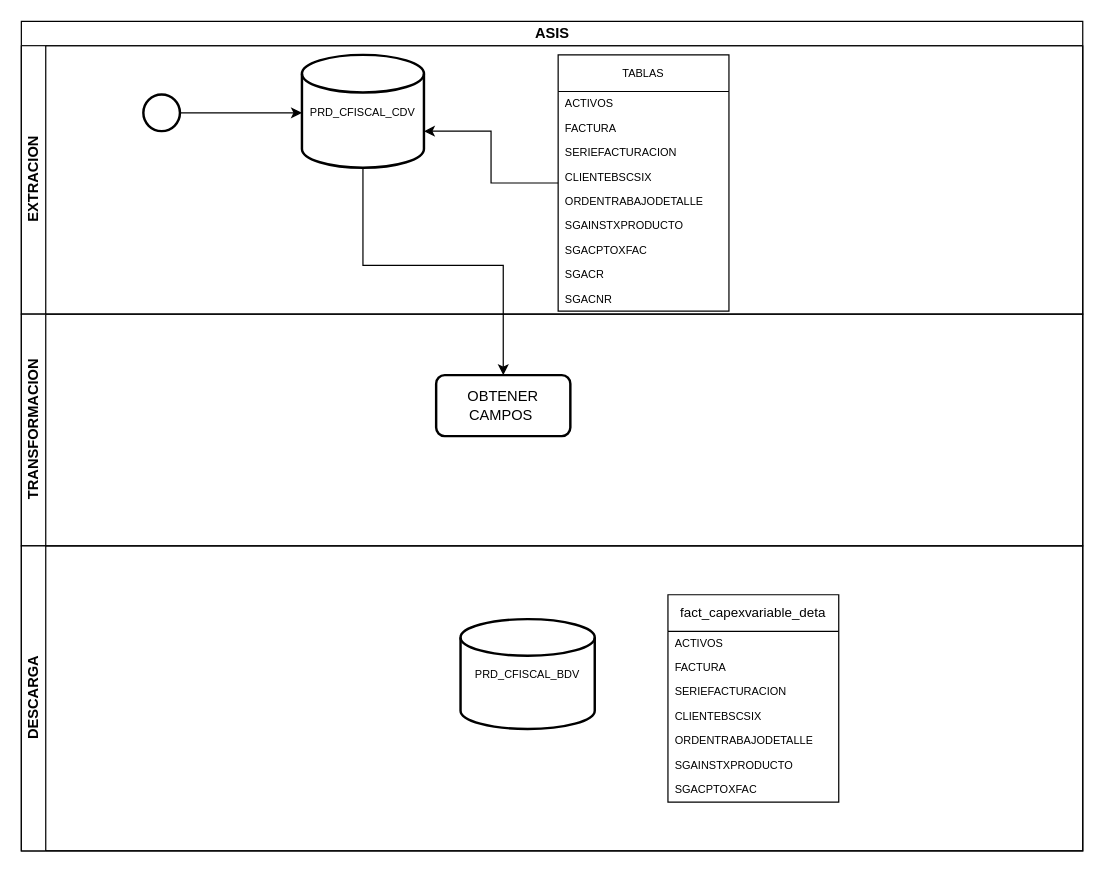
carlsromec/procesos-diagramas keeps this draw.io diagram as diagrama factura SGA.drawio. Above is the earlier version. Source tidied: cells renumbered, new cells numbered last; positions are measured from the earlier drawing's top-left corner, leaving out a move shared by most shapes. Both pictures are drawn from the tidied source at 122%, with x=0, y=0 at pixel (21, 21).
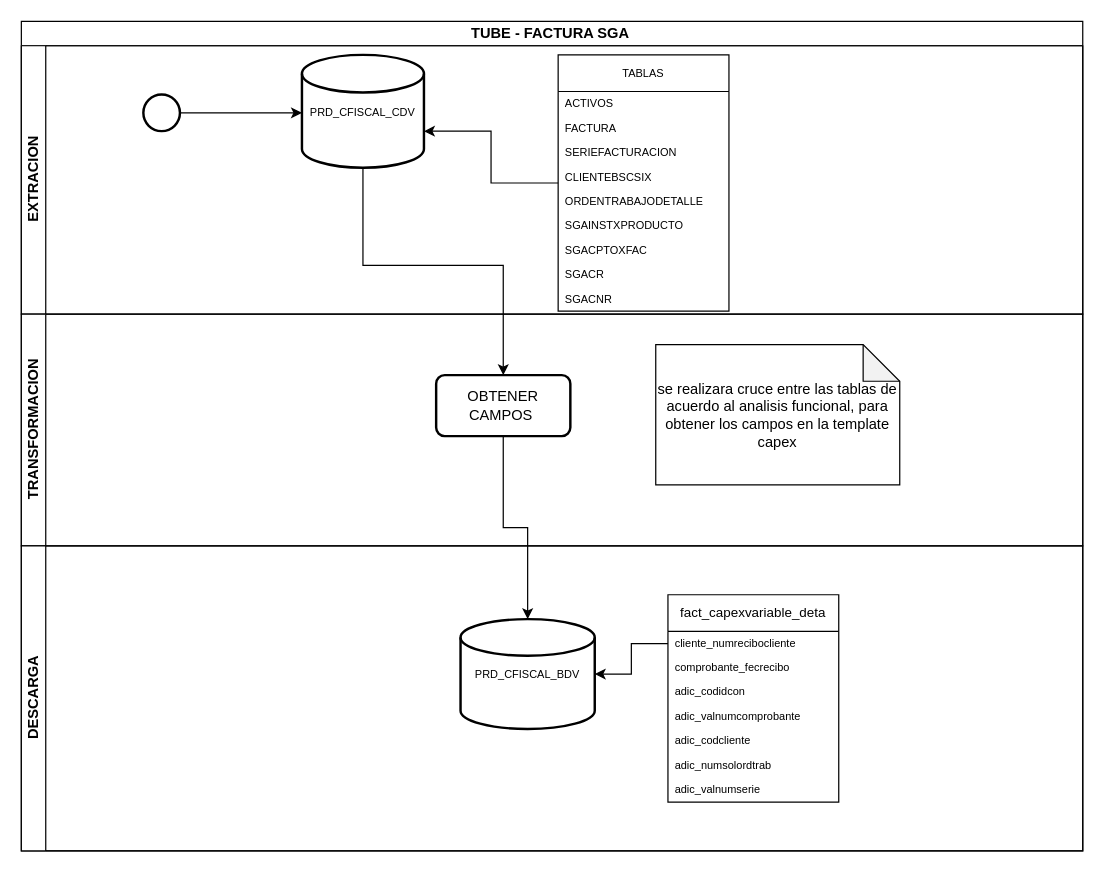
Above is the later version.

Unchanged cells that the change refers to:
```xml
<mxCell id="18" value="TRANSFORMACION" style="swimlane;startSize=20;horizontal=0;html=1;" parent="2" vertex="1">
  <mxGeometry y="240" width="870" height="190" as="geometry" />
</mxCell>
<mxCell id="19" value="OBTENER CAMPOS&amp;nbsp;" style="rounded=1;whiteSpace=wrap;html=1;absoluteArcSize=1;arcSize=14;strokeWidth=2;" parent="18" vertex="1">
  <mxGeometry x="340" y="50" width="110" height="50" as="geometry" />
</mxCell>
<mxCell id="20" value="DESCARGA" style="swimlane;startSize=20;horizontal=0;html=1;" parent="2" vertex="1">
  <mxGeometry y="430" width="870" height="250" as="geometry" />
</mxCell>
<mxCell id="21" value="&lt;font style=&quot;font-size: 9px;&quot;&gt;PRD_CFISCAL_BDV&lt;/font&gt;" style="strokeWidth=2;html=1;shape=mxgraph.flowchart.database;whiteSpace=wrap;" parent="20" vertex="1">
  <mxGeometry x="360" y="60" width="110" height="90" as="geometry" />
</mxCell>
<mxCell id="22" value="&lt;font style=&quot;font-size: 11px;&quot;&gt;fact_capexvariable_deta&lt;/font&gt;" style="swimlane;fontStyle=0;horizontal=1;startSize=30;whiteSpace=wrap;html=1;fontSize=9;" parent="20" vertex="1">
  <mxGeometry x="530" y="40" width="140" height="170" as="geometry" />
</mxCell>
```

Change to the diagram source:
```diff
@@
-    <mxCell id="2" value="ASIS" style="swimlane;horizontal=1;startSize=20;html=1;" parent="1" vertex="1">
+    <mxCell id="2" value="TUBE - FACTURA SGA&amp;nbsp;" style="swimlane;horizontal=1;startSize=20;html=1;" parent="1" vertex="1">
       <mxGeometry width="870" height="680" as="geometry" />
     </mxCell>
@@
+    <mxCell id="31" value="se realizara cruce entre las tablas de acuerdo al analisis funcional, para obtener los campos en la template capex" style="shape=note;whiteSpace=wrap;html=1;backgroundOutline=1;darkOpacity=0.05;" parent="18" vertex="1">
+      <mxGeometry x="520" y="25" width="200" height="115" as="geometry" />
+    </mxCell>
@@
-    <mxCell id="23" value="ACTIVOS" style="text;strokeColor=none;fillColor=none;align=left;verticalAlign=middle;spacingLeft=4;spacingRight=4;overflow=hidden;whiteSpace=wrap;html=1;fontSize=9;" parent="22" vertex="1">
-      <mxGeometry y="30" width="140" height="20" as="geometry" />
-    </mxCell>
-    <mxCell id="24" value="FACTURA" style="text;strokeColor=none;fillColor=none;align=left;verticalAlign=middle;spacingLeft=4;spacingRight=4;overflow=hidden;points=[[0,0.5],[1,0.5]];portConstraint=eastwest;whiteSpace=wrap;html=1;fontSize=9;" parent="22" vertex="1">
-      <mxGeometry y="50" width="140" height="20" as="geometry" />
+    <mxCell id="24" value="cliente_numrecibocliente" style="text;strokeColor=none;fillColor=none;align=left;verticalAlign=middle;spacingLeft=4;spacingRight=4;overflow=hidden;points=[[0,0.5],[1,0.5]];portConstraint=eastwest;whiteSpace=wrap;html=1;fontSize=9;" parent="22" vertex="1">
+      <mxGeometry y="30" width="140" height="20" as="geometry" />
     </mxCell>
-    <mxCell id="25" value="SERIEFACTURACION" style="text;strokeColor=none;fillColor=none;align=left;verticalAlign=middle;spacingLeft=4;spacingRight=4;overflow=hidden;whiteSpace=wrap;html=1;fontSize=9;" parent="22" vertex="1">
-      <mxGeometry y="70" width="140" height="20" as="geometry" />
-    </mxCell>
-    <mxCell id="26" value="CLIENTEBSCSIX" style="text;strokeColor=none;fillColor=none;align=left;verticalAlign=middle;spacingLeft=4;spacingRight=4;overflow=hidden;whiteSpace=wrap;html=1;fontSize=9;" parent="22" vertex="1">
-      <mxGeometry y="90" width="140" height="20" as="geometry" />
+    <mxCell id="26" value="comprobante_fecrecibo" style="text;strokeColor=none;fillColor=none;align=left;verticalAlign=middle;spacingLeft=4;spacingRight=4;overflow=hidden;whiteSpace=wrap;html=1;fontSize=9;" parent="22" vertex="1">
+      <mxGeometry y="50" width="140" height="20" as="geometry" />
     </mxCell>
-    <mxCell id="27" value="ORDENTRABAJODETALLE" style="text;strokeColor=none;fillColor=none;align=left;verticalAlign=middle;spacingLeft=4;spacingRight=4;overflow=hidden;whiteSpace=wrap;html=1;fontSize=9;" parent="22" vertex="1">
-      <mxGeometry y="110" width="140" height="20" as="geometry" />
+    <mxCell id="27" value="adic_codidcon" style="text;strokeColor=none;fillColor=none;align=left;verticalAlign=middle;spacingLeft=4;spacingRight=4;overflow=hidden;whiteSpace=wrap;html=1;fontSize=9;" parent="22" vertex="1">
+      <mxGeometry y="70" width="140" height="20" as="geometry" />
     </mxCell>
-    <mxCell id="28" value="SGAINSTXPRODUCTO" style="text;strokeColor=none;fillColor=none;align=left;verticalAlign=middle;spacingLeft=4;spacingRight=4;overflow=hidden;whiteSpace=wrap;html=1;fontSize=9;" parent="22" vertex="1">
-      <mxGeometry y="130" width="140" height="20" as="geometry" />
+    <mxCell id="28" value="adic_valnumcomprobante" style="text;strokeColor=none;fillColor=none;align=left;verticalAlign=middle;spacingLeft=4;spacingRight=4;overflow=hidden;whiteSpace=wrap;html=1;fontSize=9;" parent="22" vertex="1">
+      <mxGeometry y="90" width="140" height="20" as="geometry" />
     </mxCell>
-    <mxCell id="29" value="SGACPTOXFAC" style="text;strokeColor=none;fillColor=none;align=left;verticalAlign=middle;spacingLeft=4;spacingRight=4;overflow=hidden;whiteSpace=wrap;html=1;fontSize=9;" parent="22" vertex="1">
-      <mxGeometry y="150" width="140" height="20" as="geometry" />
+    <mxCell id="29" value="adic_codcliente" style="text;strokeColor=none;fillColor=none;align=left;verticalAlign=middle;spacingLeft=4;spacingRight=4;overflow=hidden;whiteSpace=wrap;html=1;fontSize=9;" parent="22" vertex="1">
+      <mxGeometry y="110" width="140" height="20" as="geometry" />
     </mxCell>
+    <mxCell id="32" value="adic_numsolordtrab" style="text;strokeColor=none;fillColor=none;align=left;verticalAlign=middle;spacingLeft=4;spacingRight=4;overflow=hidden;whiteSpace=wrap;html=1;fontSize=9;" parent="22" vertex="1">
+      <mxGeometry y="130" width="140" height="20" as="geometry" />
+    </mxCell>
+    <mxCell id="33" value="adic_valnumserie" style="text;strokeColor=none;fillColor=none;align=left;verticalAlign=middle;spacingLeft=4;spacingRight=4;overflow=hidden;whiteSpace=wrap;html=1;fontSize=9;" parent="22" vertex="1">
+      <mxGeometry y="150" width="140" height="20" as="geometry" />
+    </mxCell>
+    <mxCell id="34" style="edgeStyle=orthogonalEdgeStyle;rounded=0;jettySize=auto;html=1;" parent="20" edge="1" source="24" target="21">
+      <mxGeometry relative="1" as="geometry" />
+    </mxCell>
@@
+    <mxCell id="35" style="edgeStyle=orthogonalEdgeStyle;rounded=0;jettySize=auto;html=1;" parent="2" edge="1" source="19" target="21">
+      <mxGeometry relative="1" as="geometry" />
+    </mxCell>
```
